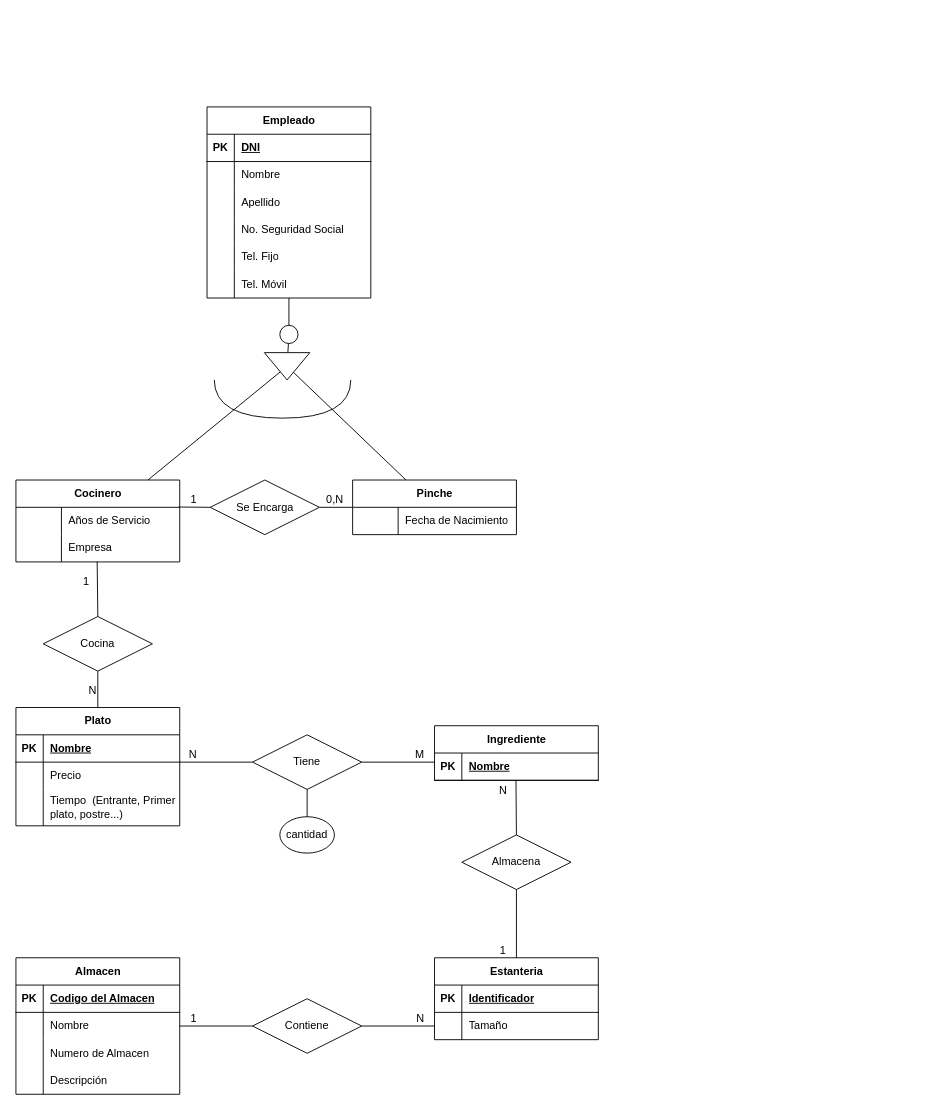
The draw.io diagram Ejercicio_13_Empresa_de_Comidas.drawio in BasementHalfStackDev/ejercicios-ud12, before the edit. Source tidied: cells renumbered, new cells numbered last; positions are measured from the earlier drawing's top-left corner, leaving out a move shared by most shapes. Both pictures are drawn from the tidied source at 91%, with x=0, y=0 at pixel (15, 106).
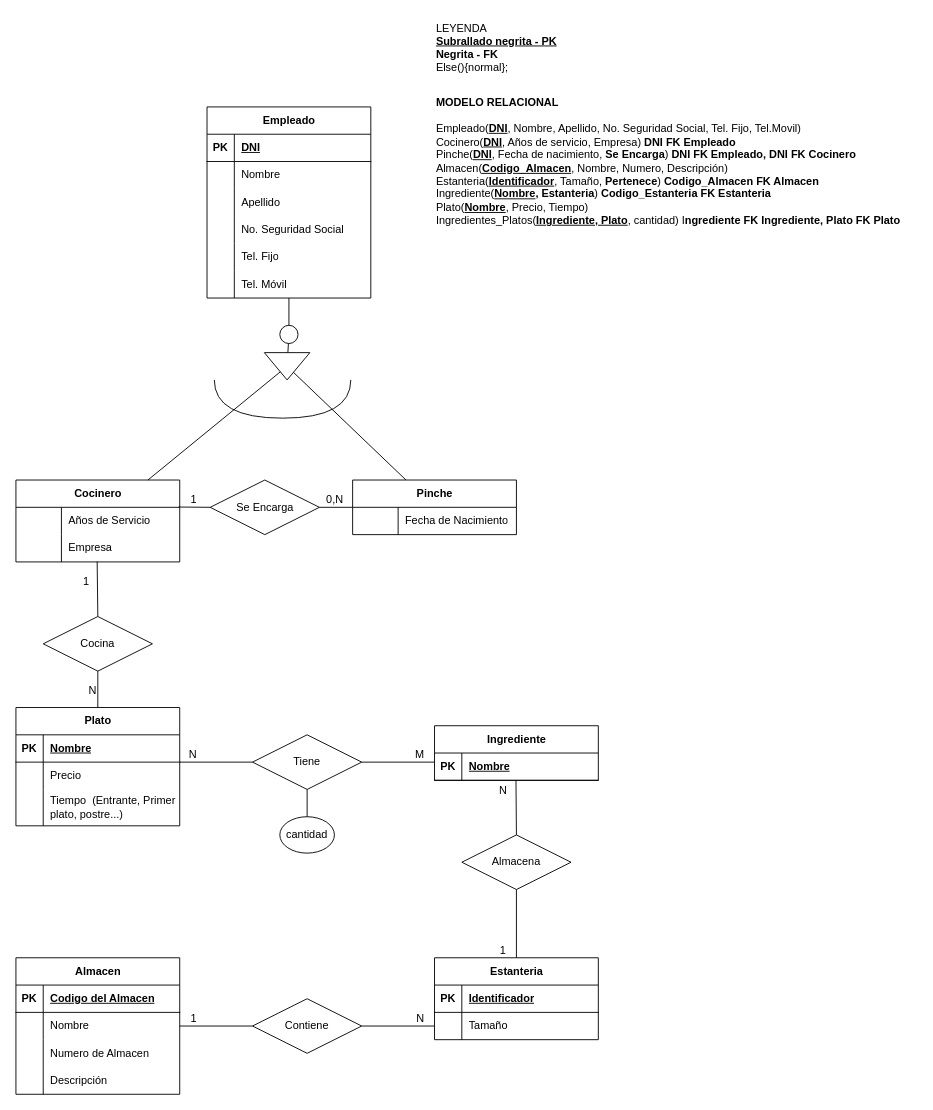
Above is the later version.

Commit message:
Posible finalizado

The edit, as a diff of the source:
```diff
@@
+    <mxCell id="100" value="&lt;b&gt;MODELO RELACIONAL&lt;br&gt;&lt;/b&gt;&lt;br&gt;Empleado(&lt;b&gt;&lt;u&gt;DNI&lt;/u&gt;&lt;/b&gt;, Nombre, Apellido, No. Seguridad Social, Tel. Fijo, Tel.Movil)&lt;br&gt;Cocinero(&lt;b&gt;&lt;u&gt;DNI&lt;/u&gt;&lt;/b&gt;, Años de servicio, Empresa) &lt;b&gt;DNI FK Empleado&lt;/b&gt;&lt;br&gt;Pinche(&lt;b&gt;&lt;u&gt;DNI&lt;/u&gt;&lt;/b&gt;, Fecha de nacimiento, &lt;b&gt;Se Encarga&lt;/b&gt;) &lt;b&gt;DNI FK Empleado, DNI FK Cocinero&lt;/b&gt;&lt;br&gt;Almacen(&lt;b&gt;&lt;u&gt;Codigo_Almacen&lt;/u&gt;&lt;/b&gt;, Nombre, Numero, Descripción)&lt;br&gt;Estanteria(&lt;b&gt;&lt;u&gt;Identificador&lt;/u&gt;&lt;/b&gt;, Tamaño, &lt;b&gt;Pertenece&lt;/b&gt;) &lt;b&gt;Codigo_Almacen FK Almacen&lt;/b&gt;&lt;br&gt;Ingrediente(&lt;b&gt;&lt;u&gt;Nombre&lt;/u&gt;, Estanteria&lt;/b&gt;) &lt;b&gt;Codigo_Estanteria FK Estanteria&lt;/b&gt;&lt;br&gt;Plato(&lt;b&gt;&lt;u&gt;Nombre&lt;/u&gt;&lt;/b&gt;, Precio, Tiempo)&lt;br&gt;Ingredientes_Platos(&lt;b&gt;&lt;u&gt;Ingrediente, Plato&lt;/u&gt;&lt;/b&gt;, cantidad) I&lt;b&gt;ngrediente FK Ingrediente, Plato FK Plato&lt;/b&gt;" style="text;html=1;align=left;verticalAlign=middle;strokeColor=none;fillColor=none;" parent="1" vertex="1">
+      <mxGeometry x="460" y="-20" width="530" height="160" as="geometry" />
+    </mxCell>
+    <mxCell id="101" value="LEYENDA&lt;br&gt;&lt;b&gt;&lt;u&gt;Subrallado negrita - PK&lt;br&gt;&lt;/u&gt;Negrita - FK&lt;br&gt;&lt;/b&gt;Else(){normal};" style="text;html=1;align=left;verticalAlign=middle;strokeColor=none;fillColor=none;" parent="1" vertex="1">
+      <mxGeometry x="460" y="-100" width="160" height="70" as="geometry" />
+    </mxCell>
```
